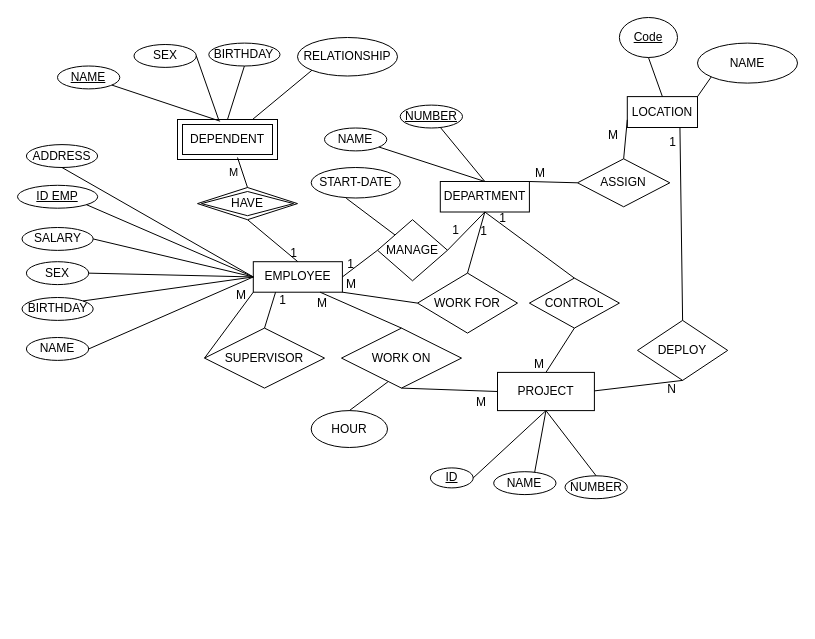
Earlier version of the draw.io diagram Chapter4/Example01.drawio (Phong004/DBI202). Source tidied: cells renumbered, new cells numbered last; positions are measured from the earlier drawing's top-left corner, leaving out a move shared by most shapes. Both pictures are drawn from the tidied source at 100%, with x=0, y=0 at pixel (17, 17).
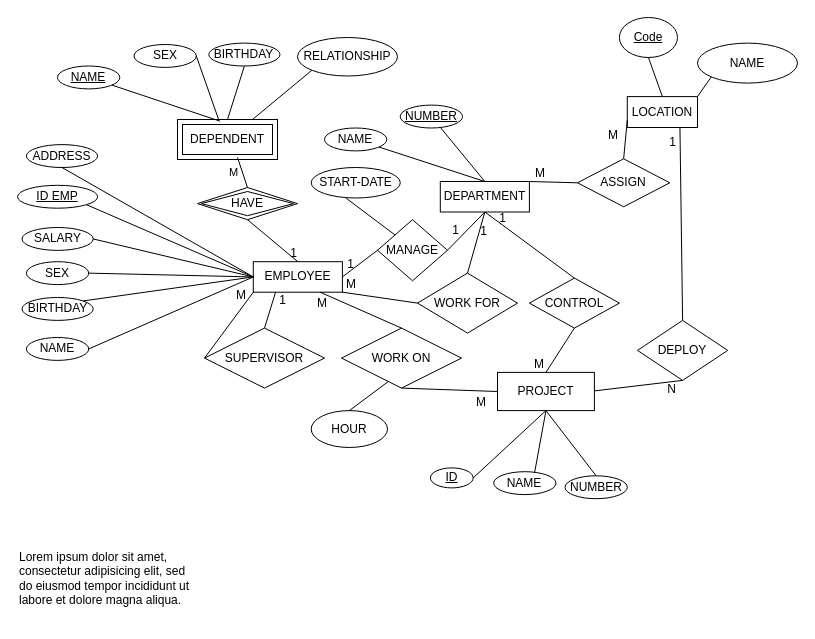
The same page after the edit.

Diff of the diagram source:
```diff
@@
+    <mxCell id="87" value="&lt;h1 style=&quot;margin-top: 0px;&quot;&gt;&lt;br&gt;&lt;/h1&gt;&lt;p&gt;Lorem ipsum dolor sit amet, consectetur adipisicing elit, sed do eiusmod tempor incididunt ut labore et dolore magna aliqua.&lt;/p&gt;" style="text;html=1;whiteSpace=wrap;overflow=hidden;rounded=0;" parent="1" vertex="1">
+      <mxGeometry y="481.2" width="180" height="120" as="geometry" />
+    </mxCell>
```
